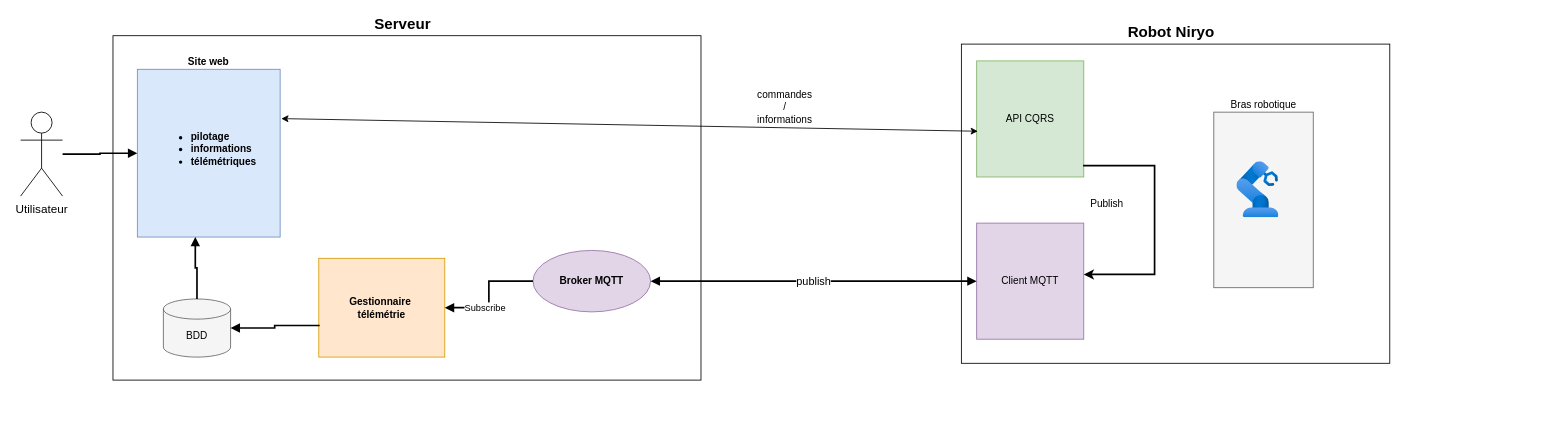
Before: page "architecture" (2 of 2) of robot_niryo.drawio in fabrice1618/niryo2, a draw.io diagram. Source tidied: cells renumbered, new cells numbered last; positions are measured from the earlier drawing's top-left corner, leaving out a move shared by most shapes. Both pictures are drawn from the tidied source at 84%, with x=0, y=0 at pixel (20, 35).
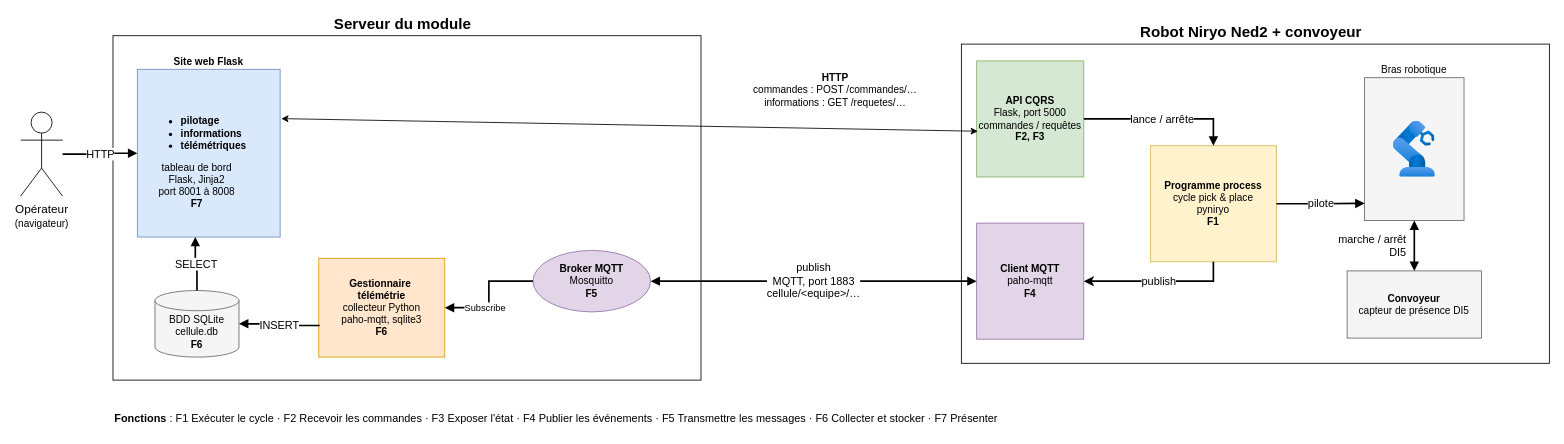
The same diagram, later.

Commit message (it also covers changes not shown here):
README progressif et schéma d'architecture complété

Change to the diagram source:
```diff
@@
-    <mxCell id="2" value="Utilisateur" style="shape=umlActor;verticalLabelPosition=bottom;verticalAlign=top;html=1;outlineConnect=0;fontSize=14;" parent="1" vertex="1">
+    <mxCell id="2" value="Opérateur&lt;br&gt;&lt;font style=&quot;font-size: 12px;&quot;&gt;(navigateur)&lt;/font&gt;" style="shape=umlActor;verticalLabelPosition=bottom;verticalAlign=top;html=1;outlineConnect=0;fontSize=14;" parent="1" vertex="1">
       <mxGeometry y="91" width="50" height="100" as="geometry" />
     </mxCell>
-    <mxCell id="3" value="Serveur" style="rounded=0;whiteSpace=wrap;html=1;verticalAlign=bottom;align=center;spacingRight=10;fontSize=18;fontStyle=1;fillColor=none;labelPosition=center;verticalLabelPosition=top;" parent="1" vertex="1">
+    <mxCell id="3" value="Serveur du module" style="rounded=0;whiteSpace=wrap;html=1;verticalAlign=bottom;align=center;spacingRight=10;fontSize=18;fontStyle=1;fillColor=none;labelPosition=center;verticalLabelPosition=top;" parent="1" vertex="1">
       <mxGeometry x="110" width="700" height="410" as="geometry" />
     </mxCell>
-    <mxCell id="4" value="&lt;b&gt;Broker MQTT&lt;/b&gt;" style="ellipse;whiteSpace=wrap;html=1;fillColor=#e1d5e7;strokeColor=#9673a6;" parent="3" vertex="1">
+    <mxCell id="4" value="&lt;b&gt;Broker MQTT&lt;/b&gt;&lt;br&gt;Mosquitto&lt;br&gt;&lt;b&gt;F5&lt;/b&gt;" style="ellipse;whiteSpace=wrap;html=1;fillColor=#e1d5e7;strokeColor=#9673a6;" parent="3" vertex="1">
       <mxGeometry x="500" y="255.6" width="140" height="73.2" as="geometry" />
     </mxCell>
-    <mxCell id="5" value="&lt;b&gt;Gestionnaire&amp;nbsp;&lt;br&gt;télémétrie&lt;/b&gt;" style="rounded=0;whiteSpace=wrap;html=1;fillColor=#ffe6cc;strokeColor=#d79b00;" parent="3" vertex="1">
+    <mxCell id="5" value="&lt;b&gt;Gestionnaire&amp;nbsp;&lt;br&gt;télémétrie&lt;/b&gt;&lt;br&gt;collecteur Python&lt;br&gt;paho-mqtt, sqlite3&lt;br&gt;&lt;b&gt;F6&lt;/b&gt;" style="rounded=0;whiteSpace=wrap;html=1;fillColor=#ffe6cc;strokeColor=#d79b00;" parent="3" vertex="1">
       <mxGeometry x="245" y="265" width="150" height="117.6" as="geometry" />
     </mxCell>
-    <mxCell id="6" value="BDD" style="shape=cylinder3;whiteSpace=wrap;html=1;boundedLbl=1;backgroundOutline=1;size=12;fillColor=#f5f5f5;strokeColor=#666666;" parent="3" vertex="1">
-      <mxGeometry x="60" y="313.4" width="80" height="69.2" as="geometry" />
+    <mxCell id="6" value="BDD SQLite&lt;br&gt;cellule.db&lt;br&gt;&lt;b&gt;F6&lt;/b&gt;" style="shape=cylinder3;whiteSpace=wrap;html=1;boundedLbl=1;backgroundOutline=1;size=12;fillColor=#f5f5f5;strokeColor=#666666;" parent="3" vertex="1">
+      <mxGeometry x="50" y="303.4" width="100" height="79.2" as="geometry" />
     </mxCell>
-    <mxCell id="7" value="&lt;b&gt;Site web&lt;/b&gt;" style="rounded=0;whiteSpace=wrap;html=1;fillColor=#dae8fc;strokeColor=#6c8ebf;labelPosition=center;verticalLabelPosition=top;align=center;verticalAlign=bottom;" parent="3" vertex="1">
+    <mxCell id="7" value="&lt;b&gt;Site web Flask&lt;/b&gt;" style="rounded=0;whiteSpace=wrap;html=1;fillColor=#dae8fc;strokeColor=#6c8ebf;labelPosition=center;verticalLabelPosition=top;align=center;verticalAlign=bottom;" parent="3" vertex="1">
       <mxGeometry x="29" y="40" width="170" height="199.7" as="geometry" />
     </mxCell>
-    <mxCell id="8" value="&lt;div align=&quot;left&quot;&gt;&lt;ul&gt;&lt;li&gt;&lt;b&gt;pilotage&lt;/b&gt;&lt;/li&gt;&lt;li&gt;&lt;b&gt;informations&lt;/b&gt;&lt;/li&gt;&lt;li&gt;&lt;b&gt;télémétriques&lt;/b&gt;&lt;/li&gt;&lt;/ul&gt;&lt;/div&gt;" style="text;html=1;whiteSpace=wrap;strokeColor=none;fillColor=none;align=left;verticalAlign=middle;rounded=0;" parent="3" vertex="1">
-      <mxGeometry x="51" y="110" width="126" height="49.3" as="geometry" />
+    <mxCell id="8" value="&lt;div align=&quot;left&quot;&gt;&lt;ul&gt;&lt;li&gt;&lt;b&gt;pilotage&lt;/b&gt;&lt;/li&gt;&lt;li&gt;&lt;b&gt;informations&lt;/b&gt;&lt;/li&gt;&lt;li&gt;&lt;b&gt;télémétriques&lt;/b&gt;&lt;/li&gt;&lt;/ul&gt;&lt;/div&gt;&lt;div align=&quot;center&quot;&gt;tableau de bord&lt;br&gt;Flask, Jinja2&lt;br&gt;port 8001 à 8008&lt;br&gt;&lt;b&gt;F7&lt;/b&gt;&lt;/div&gt;" style="text;html=1;whiteSpace=wrap;strokeColor=none;fillColor=none;align=left;verticalAlign=middle;rounded=0;" parent="3" vertex="1">
+      <mxGeometry x="39" y="70" width="150" height="150" as="geometry" />
     </mxCell>
-    <mxCell id="9" style="edgeStyle=orthogonalEdgeStyle;rounded=0;endArrow=block;endFill=1;strokeWidth=2;html=1;entryX=0.406;entryY=0.999;entryDx=0;entryDy=0;entryPerimeter=0;" parent="3" edge="1" source="6" target="7">
+    <mxCell id="9" value="SELECT" style="edgeStyle=orthogonalEdgeStyle;rounded=0;endArrow=block;endFill=1;strokeWidth=2;html=1;entryX=0.406;entryY=0.999;entryDx=0;entryDy=0;entryPerimeter=0;fontSize=13;" parent="3" edge="1" source="6" target="7">
       <mxGeometry relative="1" as="geometry" />
     </mxCell>
-    <mxCell id="10" value="Robot Niryo" style="rounded=0;whiteSpace=wrap;html=1;verticalAlign=bottom;align=center;spacingRight=10;fontSize=18;fontStyle=1;fillColor=none;labelPosition=center;verticalLabelPosition=top;" parent="1" vertex="1">
-      <mxGeometry x="1120" y="10" width="510" height="380" as="geometry" />
+    <mxCell id="10" value="Robot Niryo Ned2 + convoyeur" style="rounded=0;whiteSpace=wrap;html=1;verticalAlign=bottom;align=center;spacingRight=10;fontSize=18;fontStyle=1;fillColor=none;labelPosition=center;verticalLabelPosition=top;" parent="1" vertex="1">
+      <mxGeometry x="1120" y="10" width="700" height="380" as="geometry" />
     </mxCell>
-    <mxCell id="11" value="Client MQTT" style="rounded=0;whiteSpace=wrap;html=1;fillColor=#e1d5e7;strokeColor=#9673a6;" parent="10" vertex="1">
+    <mxCell id="11" value="&lt;b&gt;Client MQTT&lt;/b&gt;&lt;br&gt;paho-mqtt&lt;br&gt;&lt;b&gt;F4&lt;/b&gt;" style="rounded=0;whiteSpace=wrap;html=1;fillColor=#e1d5e7;strokeColor=#9673a6;" parent="10" vertex="1">
       <mxGeometry x="18.2" y="213.1" width="127.5" height="138.2" as="geometry" />
     </mxCell>
-    <mxCell id="12" value="API CQRS" style="rounded=0;whiteSpace=wrap;html=1;fillColor=#d5e8d4;strokeColor=#82b366;" parent="10" vertex="1">
+    <mxCell id="12" value="&lt;b&gt;API CQRS&lt;/b&gt;&lt;br&gt;Flask, port 5000&lt;br&gt;commandes / requêtes&lt;br&gt;&lt;b&gt;F2, F3&lt;/b&gt;" style="rounded=0;whiteSpace=wrap;html=1;fillColor=#d5e8d4;strokeColor=#82b366;" parent="10" vertex="1">
       <mxGeometry x="18.2" y="20" width="127.5" height="138.2" as="geometry" />
     </mxCell>
     <mxCell id="13" value="Bras robotique" style="rounded=0;whiteSpace=wrap;html=1;fillColor=#f5f5f5;strokeColor=#666666;labelPosition=center;verticalLabelPosition=top;align=center;verticalAlign=bottom;" parent="10" vertex="1">
-      <mxGeometry x="300.5" y="81" width="118.4" height="209" as="geometry" />
+      <mxGeometry x="480" y="40" width="118.4" height="170" as="geometry" />
     </mxCell>
     <mxCell id="14" style="image;html=1;align=center;fontSize=12;image=img/lib/azure2/other/Defender_Industrial_Robot.svg;" parent="10" vertex="1">
-      <mxGeometry x="327.9" y="140" width="50" height="66.6" as="geometry" />
+      <mxGeometry x="514.2" y="91.7" width="50" height="66.6" as="geometry" />
     </mxCell>
-    <mxCell id="15" value="Publish" style="text;html=1;whiteSpace=wrap;strokeColor=none;fillColor=none;align=center;verticalAlign=middle;rounded=0;" parent="10" vertex="1">
-      <mxGeometry x="145.7" y="175" width="54.6" height="30" as="geometry" />
-    </mxCell>
+    <mxCell id="24" value="&lt;b&gt;Programme process&lt;/b&gt;&lt;br&gt;cycle pick &amp;amp; place&lt;br&gt;pyniryo&lt;br&gt;&lt;b&gt;F1&lt;/b&gt;" style="rounded=0;whiteSpace=wrap;html=1;fillColor=#fff2cc;strokeColor=#d6b656;" parent="10" vertex="1">
+      <mxGeometry x="225" y="121" width="150" height="138.2" as="geometry" />
+    </mxCell>
+    <mxCell id="25" value="&lt;b&gt;Convoyeur&lt;/b&gt;&lt;br&gt;capteur de présence DI5" style="rounded=0;whiteSpace=wrap;html=1;fillColor=#f5f5f5;strokeColor=#666666;" parent="10" vertex="1">
+      <mxGeometry x="459.2" y="270" width="160" height="80" as="geometry" />
+    </mxCell>
-    <mxCell id="16" style="edgeStyle=orthogonalEdgeStyle;rounded=0;endArrow=block;endFill=1;strokeWidth=2;html=1;" parent="1" edge="1" source="2" target="7">
+    <mxCell id="16" value="HTTP" style="edgeStyle=orthogonalEdgeStyle;rounded=0;endArrow=block;endFill=1;strokeWidth=2;html=1;fontSize=13;" parent="1" edge="1" source="2" target="7">
       <mxGeometry relative="1" as="geometry" />
     </mxCell>
-    <mxCell id="17" style="edgeStyle=orthogonalEdgeStyle;rounded=0;endArrow=block;endFill=1;strokeWidth=2;html=1;exitX=0.007;exitY=0.68;exitDx=0;exitDy=0;exitPerimeter=0;" parent="1" edge="1" source="5" target="6">
+    <mxCell id="17" value="INSERT" style="edgeStyle=orthogonalEdgeStyle;rounded=0;endArrow=block;endFill=1;strokeWidth=2;html=1;exitX=0.007;exitY=0.68;exitDx=0;exitDy=0;exitPerimeter=0;fontSize=13;" parent="1" edge="1" source="5" target="6">
       <mxGeometry relative="1" as="geometry" />
     </mxCell>
@@
-    <mxCell id="20" value="publish" style="edgeStyle=orthogonalEdgeStyle;rounded=0;startArrow=block;startFill=1;endArrow=block;endFill=1;strokeWidth=2;html=1;fontSize=13;" parent="1" edge="1" source="4" target="11">
+    <mxCell id="20" value="publish&lt;br&gt;MQTT, port 1883&lt;br&gt;cellule/&amp;lt;equipe&amp;gt;/…" style="edgeStyle=orthogonalEdgeStyle;rounded=0;startArrow=block;startFill=1;endArrow=block;endFill=1;strokeWidth=2;html=1;fontSize=13;" parent="1" edge="1" source="4" target="11">
       <mxGeometry relative="1" as="geometry" />
     </mxCell>
-    <mxCell id="21" style="edgeStyle=orthogonalEdgeStyle;rounded=0;startArrow=classic;startFill=1;endArrow=none;endFill=0;strokeWidth=2;html=1;entryX=0.994;entryY=0.902;entryDx=0;entryDy=0;exitX=1;exitY=0.442;exitDx=0;exitDy=0;exitPerimeter=0;entryPerimeter=0;" parent="1" edge="1" source="11" target="12">
-      <mxGeometry relative="1" as="geometry">
-        <Array as="points">
-          <mxPoint x="1350" y="284.2" />
-          <mxPoint x="1350" y="154.6" />
-        </Array>
-      </mxGeometry>
+    <mxCell id="21" value="publish" style="edgeStyle=orthogonalEdgeStyle;rounded=0;startArrow=classic;startFill=1;endArrow=none;endFill=0;strokeWidth=2;html=1;fontSize=13;exitX=1;exitY=0.5;exitDx=0;exitDy=0;entryX=0.5;entryY=1;entryDx=0;entryDy=0;" parent="1" edge="1" source="11" target="24">
+      <mxGeometry relative="1" as="geometry" />
     </mxCell>
+    <mxCell id="26" value="lance / arrête" style="edgeStyle=orthogonalEdgeStyle;rounded=0;endArrow=block;endFill=1;strokeWidth=2;html=1;fontSize=13;exitX=1;exitY=0.5;exitDx=0;exitDy=0;entryX=0.5;entryY=0;entryDx=0;entryDy=0;" parent="1" edge="1" source="12" target="24">
+      <mxGeometry relative="1" as="geometry" />
+    </mxCell>
+    <mxCell id="27" value="pilote" style="edgeStyle=orthogonalEdgeStyle;rounded=0;endArrow=block;endFill=1;strokeWidth=2;html=1;fontSize=13;exitX=1;exitY=0.5;exitDx=0;exitDy=0;entryX=0;entryY=0.88;entryDx=0;entryDy=0;" parent="1" edge="1" source="24" target="13">
+      <mxGeometry relative="1" as="geometry" />
+    </mxCell>
+    <mxCell id="28" value="marche / arrêt&lt;br&gt;DI5" style="edgeStyle=orthogonalEdgeStyle;rounded=0;startArrow=block;startFill=1;endArrow=block;endFill=1;strokeWidth=2;html=1;fontSize=13;labelPosition=left;align=right;spacingRight=8;exitX=0.5;exitY=1;exitDx=0;exitDy=0;entryX=0.5;entryY=0;entryDx=0;entryDy=0;" parent="1" edge="1" source="13" target="25">
+      <mxGeometry relative="1" as="geometry" />
+    </mxCell>
@@
-    <mxCell id="23" value="commandes /&lt;br&gt;informations" style="text;html=1;whiteSpace=wrap;strokeColor=none;fillColor=none;align=center;verticalAlign=middle;rounded=0;" parent="1" vertex="1">
-      <mxGeometry x="880" y="70" width="60" height="30" as="geometry" />
+    <mxCell id="23" value="&lt;b&gt;HTTP&lt;/b&gt;&lt;br&gt;commandes : POST /commandes/…&lt;br&gt;informations : GET /requetes/…" style="text;html=1;whiteSpace=wrap;strokeColor=none;fillColor=none;align=center;verticalAlign=middle;rounded=0;" parent="1" vertex="1">
+      <mxGeometry x="855" y="40" width="230" height="50" as="geometry" />
     </mxCell>
+    <mxCell id="29" value="&lt;b&gt;Fonctions&lt;/b&gt; : F1 Exécuter le cycle · F2 Recevoir les commandes · F3 Exposer l'état · F4 Publier les événements · F5 Transmettre les messages · F6 Collecter et stocker · F7 Présenter" style="text;html=1;whiteSpace=wrap;strokeColor=none;fillColor=none;align=left;verticalAlign=middle;rounded=0;fontSize=13;" parent="1" vertex="1">
+      <mxGeometry x="110" y="440" width="1100" height="30" as="geometry" />
+    </mxCell>
```
